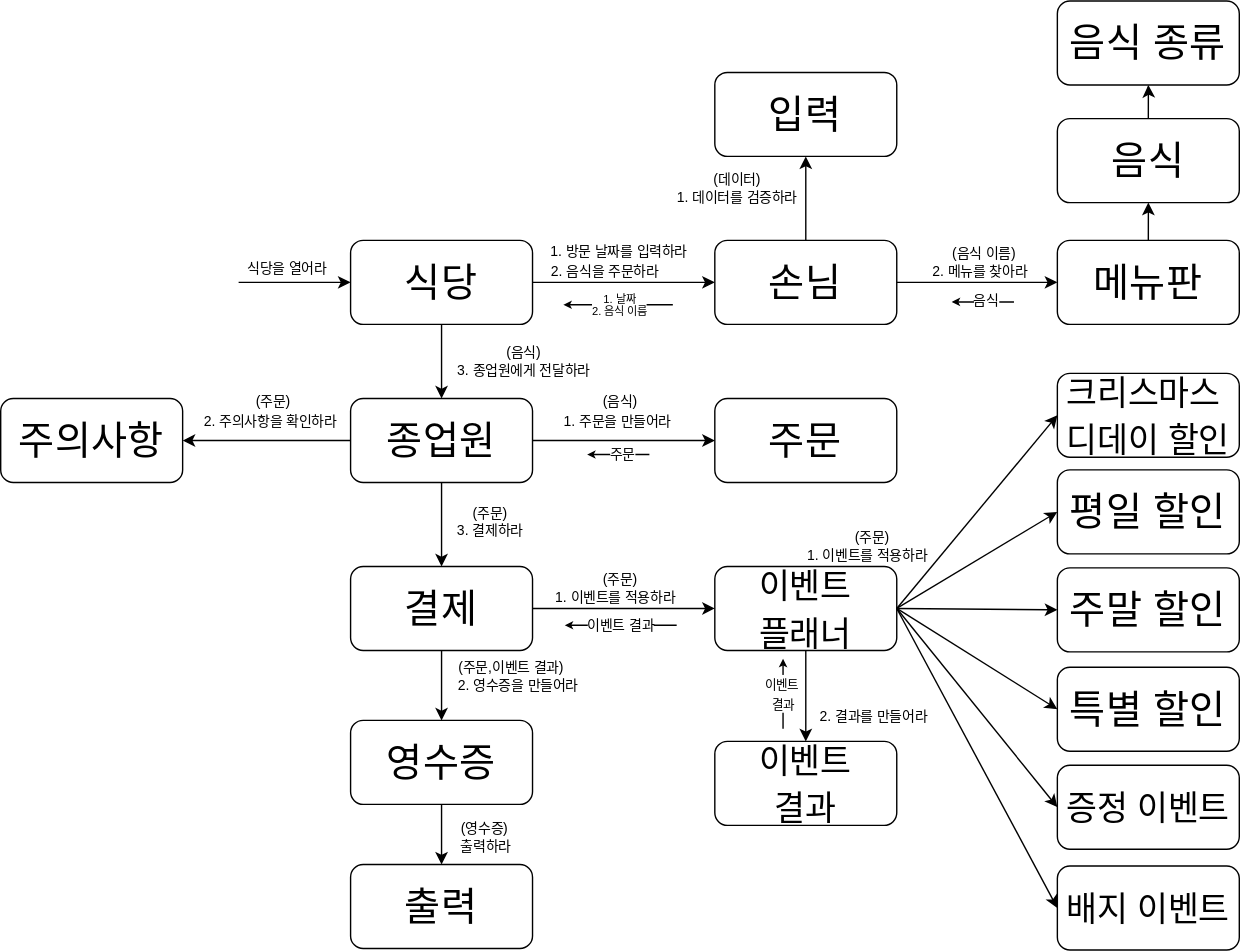
Earlier version of the draw.io export docs/message.svg (kchsoft/java-christmas-6-kchsoft). Source tidied: cells renumbered, new cells last; positions are measured from the earlier drawing's top-left corner, leaving out a move shared by most shapes.
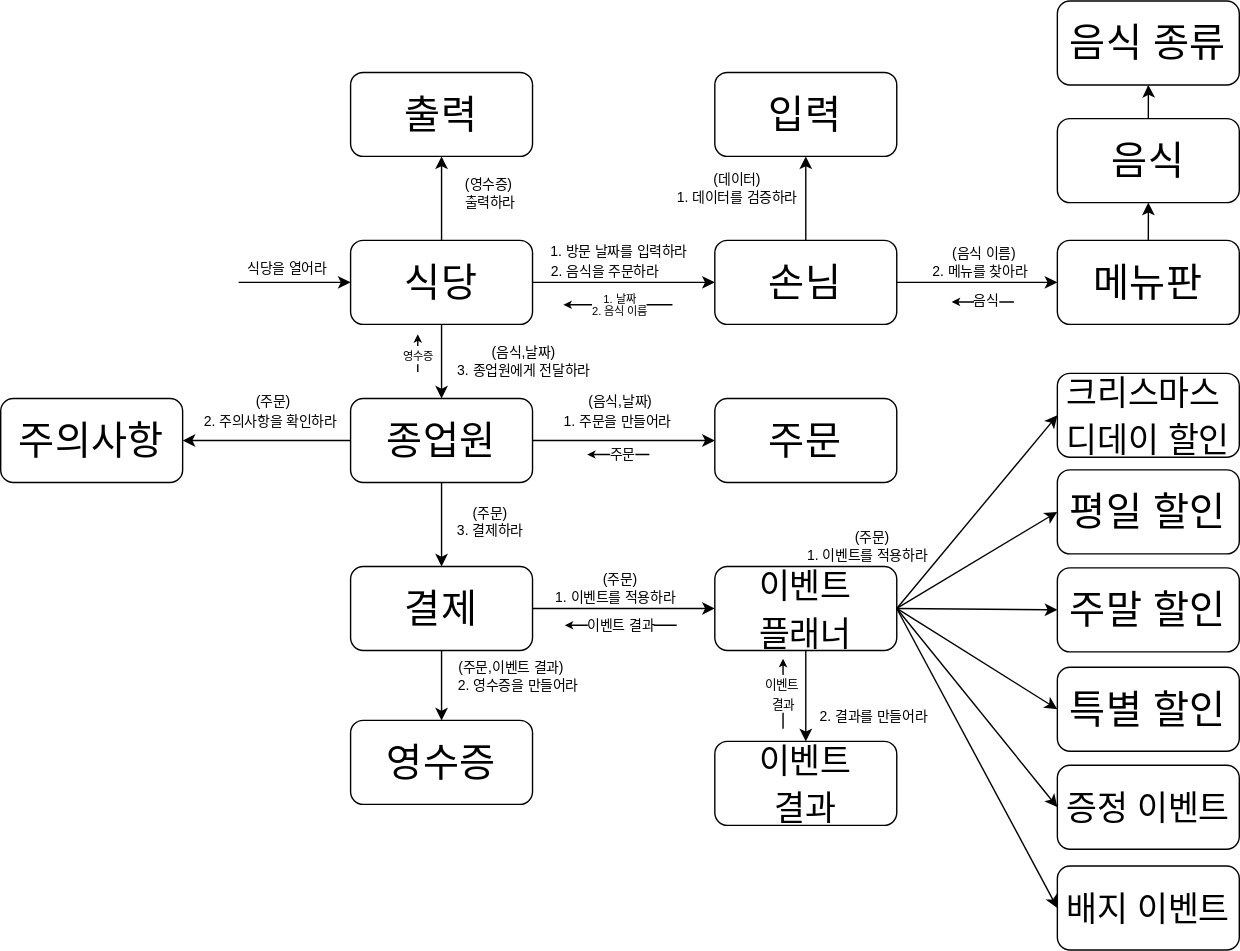
After the change.

Diff of the diagram source:
```diff
@@ -74,9 +74,6 @@
     <mxCell id="22" value="&lt;font style=&quot;font-size: 28px;&quot;&gt;입력&lt;/font&gt;" style="rounded=1;whiteSpace=wrap;html=1;fontSize=28;" parent="1" vertex="1">
       <mxGeometry x="510.2" y="51" width="130" height="60" as="geometry" />
     </mxCell>
-    <mxCell id="23" value="&lt;font style=&quot;font-size: 28px;&quot;&gt;출력&lt;/font&gt;" style="rounded=1;whiteSpace=wrap;html=1;fontSize=28;" parent="1" vertex="1">
-      <mxGeometry x="250" y="617" width="130" height="60" as="geometry" />
-    </mxCell>
     <mxCell id="24" value="&lt;font style=&quot;font-size: 10px;&quot;&gt;식당을 열어라&lt;/font&gt;" style="text;html=1;align=center;verticalAlign=middle;whiteSpace=wrap;rounded=0;" parent="1" vertex="1">
       <mxGeometry x="170" y="186" width="70" height="10" as="geometry" />
     </mxCell>
@@ -151,12 +148,9 @@
     <mxCell id="46" value="&lt;font style=&quot;font-size: 10px;&quot;&gt;2. 영수증을 만들어라&lt;/font&gt;" style="text;html=1;align=center;verticalAlign=middle;whiteSpace=wrap;rounded=0;" parent="1" vertex="1">
       <mxGeometry x="320" y="484" width="100" height="10" as="geometry" />
     </mxCell>
-    <mxCell id="47" value="&lt;font style=&quot;font-size: 10px;&quot;&gt;출력하라&lt;/font&gt;" style="text;html=1;align=center;verticalAlign=middle;whiteSpace=wrap;rounded=0;" parent="1" vertex="1">
-      <mxGeometry x="322" y="599" width="50" height="10" as="geometry" />
-    </mxCell>
     <mxCell id="48" style="endArrow=classic;html=1;rounded=0;endSize=3;" parent="1" edge="1">
       <mxGeometry relative="1" as="geometry">
-        <mxPoint x="480.2" y="217" as="sourcePoint" />
+        <mxPoint x="480" y="217" as="sourcePoint" />
         <mxPoint x="402" y="217" as="targetPoint" />
       </mxGeometry>
     </mxCell>
@@ -196,10 +190,10 @@
         </Array>
       </mxGeometry>
     </mxCell>
-    <mxCell id="57" value="&lt;font style=&quot;font-size: 10px;&quot;&gt;(음식)&lt;/font&gt;" style="text;html=1;align=center;verticalAlign=middle;whiteSpace=wrap;rounded=0;" parent="1" vertex="1">
+    <mxCell id="57" value="&lt;font style=&quot;font-size: 10px;&quot;&gt;(음식,날짜)&lt;/font&gt;" style="text;html=1;align=center;verticalAlign=middle;whiteSpace=wrap;rounded=0;" parent="1" vertex="1">
       <mxGeometry x="320" y="246" width="107.5" height="10" as="geometry" />
     </mxCell>
-    <mxCell id="58" value="&lt;font style=&quot;font-size: 10px;&quot;&gt;(음식)&lt;/font&gt;" style="text;html=1;align=center;verticalAlign=middle;whiteSpace=wrap;rounded=0;" parent="1" vertex="1">
+    <mxCell id="58" value="&lt;font style=&quot;font-size: 10px;&quot;&gt;(음식,날짜)&lt;/font&gt;" style="text;html=1;align=center;verticalAlign=middle;whiteSpace=wrap;rounded=0;" parent="1" vertex="1">
       <mxGeometry x="389" y="281" width="107.5" height="10" as="geometry" />
     </mxCell>
     <mxCell id="59" style="endArrow=classic;html=1;rounded=0;horizontal=1;verticalAlign=middle;curved=0;strokeColor=default;endSize=3;" parent="1" edge="1">
@@ -231,12 +225,6 @@
     <mxCell id="66" value="&lt;font style=&quot;font-size: 10px;&quot;&gt;(주문)&lt;/font&gt;" style="text;html=1;align=center;verticalAlign=middle;whiteSpace=wrap;rounded=0;" parent="1" vertex="1">
       <mxGeometry x="592.7" y="378" width="60" height="10" as="geometry" />
     </mxCell>
-    <mxCell id="67" style="endArrow=classic;html=1;rounded=0;exitX=0.5;exitY=1;exitDx=0;exitDy=0;entryX=0.5;entryY=0;entryDx=0;entryDy=0;" parent="1" edge="1" source="21" target="23">
-      <mxGeometry relative="1" as="geometry" />
-    </mxCell>
-    <mxCell id="68" value="&lt;font style=&quot;font-size: 10px;&quot;&gt;(영수증)&lt;/font&gt;" style="text;html=1;align=center;verticalAlign=middle;whiteSpace=wrap;rounded=0;" parent="1" vertex="1">
-      <mxGeometry x="316" y="586" width="60" height="10" as="geometry" />
-    </mxCell>
     <mxCell id="69" value="&lt;font style=&quot;font-size: 10px;&quot;&gt;이벤트 결과&lt;/font&gt;" style="endArrow=classic;html=1;rounded=0;horizontal=1;verticalAlign=middle;curved=0;strokeColor=default;endSize=3;" parent="1" edge="1">
       <mxGeometry relative="1" as="geometry">
         <mxPoint x="483" y="446" as="sourcePoint" />
@@ -258,5 +246,28 @@
         <mxPoint x="559" y="470" as="targetPoint" />
       </mxGeometry>
     </mxCell>
+    <mxCell id="23" value="&lt;font style=&quot;font-size: 28px;&quot;&gt;출력&lt;/font&gt;" style="rounded=1;whiteSpace=wrap;html=1;fontSize=28;" parent="1" vertex="1">
+      <mxGeometry x="250" y="51" width="130" height="60" as="geometry" />
+    </mxCell>
+    <mxCell id="47" value="&lt;font style=&quot;font-size: 10px;&quot;&gt;출력하라&lt;/font&gt;" style="text;html=1;align=center;verticalAlign=middle;whiteSpace=wrap;rounded=0;" parent="1" vertex="1">
+      <mxGeometry x="325" y="138.5" width="50" height="10" as="geometry" />
+    </mxCell>
+    <mxCell id="68" value="&lt;font style=&quot;font-size: 10px;&quot;&gt;(영수증)&lt;/font&gt;" style="text;html=1;align=center;verticalAlign=middle;whiteSpace=wrap;rounded=0;" parent="1" vertex="1">
+      <mxGeometry x="319" y="125.5" width="60" height="10" as="geometry" />
+    </mxCell>
+    <mxCell id="74" style="endArrow=classic;html=1;rounded=0;endSize=3;" parent="1" edge="1">
+      <mxGeometry relative="1" as="geometry">
+        <mxPoint x="298" y="265" as="sourcePoint" />
+        <mxPoint x="298" y="238" as="targetPoint" />
+      </mxGeometry>
+    </mxCell>
+    <mxCell id="75" value="&lt;span style=&quot;font-size: 8px;&quot;&gt;영수증&lt;/span&gt;" style="edgeLabel;html=1;align=center;verticalAlign=middle;" parent="74" vertex="1">
+      <mxGeometry relative="1" as="geometry">
+        <mxPoint y="1" as="offset" />
+      </mxGeometry>
+    </mxCell>
+    <mxCell id="76" style="endArrow=classic;html=1;rounded=0;entryX=0.5;entryY=1;entryDx=0;entryDy=0;exitX=0.5;exitY=0;exitDx=0;exitDy=0;" parent="1" edge="1" source="3" target="23">
+      <mxGeometry relative="1" as="geometry" />
+    </mxCell>
   </root>
 </mxGraphModel>
```
